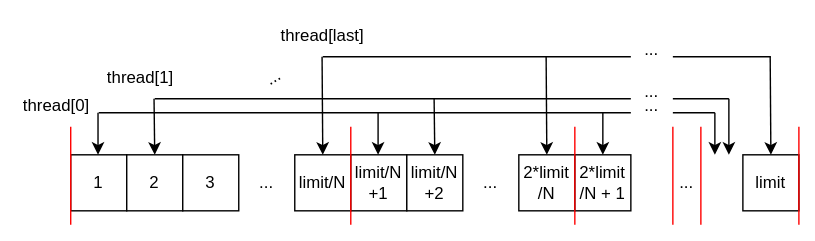
Above: chapter1/img/swarm.svg in HM4725/The-Art-of-Multiprocessor-Programming (draw.io), before the change. Source tidied: cells renumbered, new cells last; positions are measured from the earlier drawing's top-left corner, leaving out a move shared by most shapes.
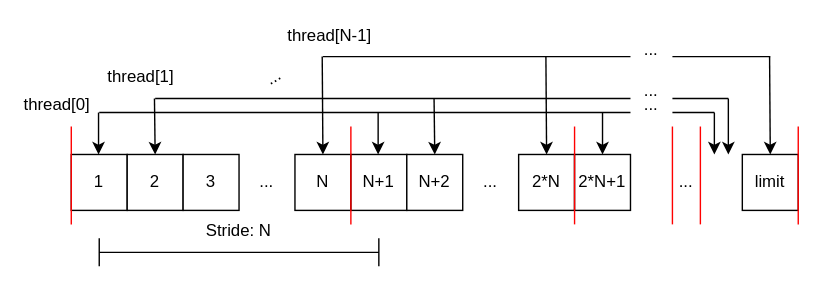
After the commit.

The edit, as a diff of the source:
```diff
@@ -11,19 +11,19 @@
     <mxCell id="4" value="3" style="whiteSpace=wrap;html=1;" parent="1" vertex="1">
       <mxGeometry x="120" y="100" width="40" height="40" as="geometry" />
     </mxCell>
-    <mxCell id="5" value="limit/N" style="whiteSpace=wrap;html=1;" parent="1" vertex="1">
+    <mxCell id="5" value="N" style="whiteSpace=wrap;html=1;" parent="1" vertex="1">
       <mxGeometry x="200" y="100" width="40" height="40" as="geometry" />
     </mxCell>
-    <mxCell id="6" value="limit/N&lt;br&gt;+1" style="whiteSpace=wrap;html=1;" parent="1" vertex="1">
+    <mxCell id="6" value="N+1" style="whiteSpace=wrap;html=1;" parent="1" vertex="1">
       <mxGeometry x="240" y="100" width="40" height="40" as="geometry" />
     </mxCell>
-    <mxCell id="7" value="limit/N&lt;br&gt;+2" style="whiteSpace=wrap;html=1;" parent="1" vertex="1">
+    <mxCell id="7" value="N+2" style="whiteSpace=wrap;html=1;" parent="1" vertex="1">
       <mxGeometry x="280" y="100" width="40" height="40" as="geometry" />
     </mxCell>
-    <mxCell id="8" value="2*limit&lt;br&gt;/N" style="whiteSpace=wrap;html=1;" parent="1" vertex="1">
+    <mxCell id="8" value="2*N" style="whiteSpace=wrap;html=1;" parent="1" vertex="1">
       <mxGeometry x="360" y="100" width="40" height="40" as="geometry" />
     </mxCell>
-    <mxCell id="9" value="2*limit&lt;br&gt;/N + 1" style="whiteSpace=wrap;html=1;" parent="1" vertex="1">
+    <mxCell id="9" value="2*N+1" style="whiteSpace=wrap;html=1;" parent="1" vertex="1">
       <mxGeometry x="400" y="100" width="40" height="40" as="geometry" />
     </mxCell>
     <mxCell id="10" value="..." style="text;html=1;strokeColor=none;fillColor=none;align=center;verticalAlign=middle;whiteSpace=wrap;rounded=0;" parent="1" vertex="1">
@@ -185,8 +185,14 @@
     <mxCell id="41" value="thread[1]" style="text;html=1;strokeColor=none;fillColor=none;align=center;verticalAlign=middle;whiteSpace=wrap;rounded=0;" parent="1" vertex="1">
       <mxGeometry x="60" y="30" width="60" height="30" as="geometry" />
     </mxCell>
-    <mxCell id="42" value="thread[last]" style="text;html=1;strokeColor=none;fillColor=none;align=center;verticalAlign=middle;whiteSpace=wrap;rounded=0;" parent="1" vertex="1">
-      <mxGeometry x="190" width="60" height="30" as="geometry" />
+    <mxCell id="42" value="thread[N-1]" style="text;html=1;strokeColor=none;fillColor=none;align=center;verticalAlign=middle;whiteSpace=wrap;rounded=0;" parent="1" vertex="1">
+      <mxGeometry x="190" width="70" height="30" as="geometry" />
     </mxCell>
+    <mxCell id="43" style="shape=crossbar;whiteSpace=wrap;html=1;rounded=1;" parent="1" vertex="1">
+      <mxGeometry x="60" y="160" width="200" height="20" as="geometry" />
+    </mxCell>
+    <mxCell id="44" value="Stride: N" style="text;html=1;strokeColor=none;fillColor=none;align=center;verticalAlign=middle;whiteSpace=wrap;rounded=0;" parent="1" vertex="1">
+      <mxGeometry x="115" y="140" width="90" height="30" as="geometry" />
+    </mxCell>
   </root>
 </mxGraphModel>
```
